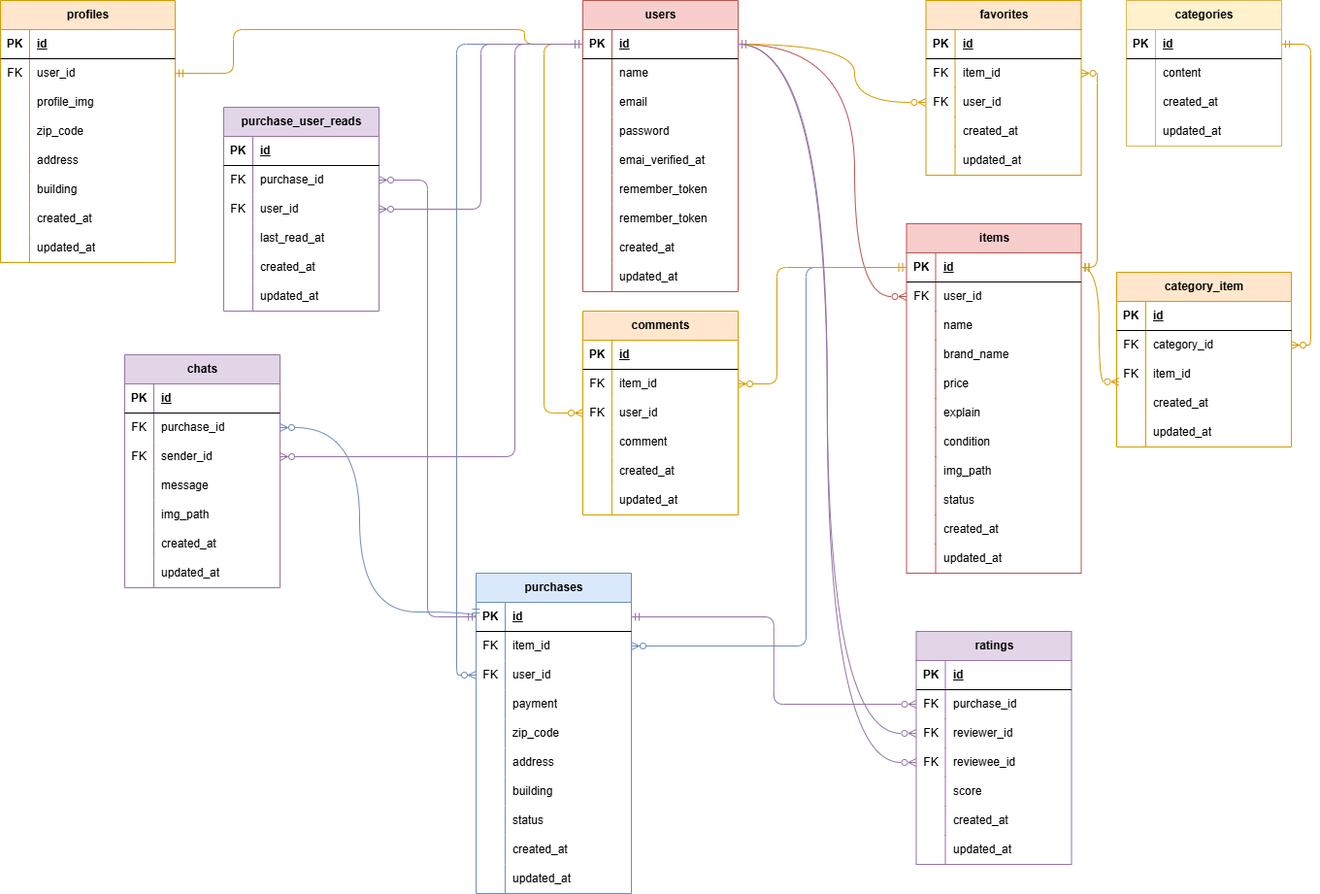
torch29/matsumoto-mogikadai1 keeps this draw.io diagram as ER.drawio.png. Above is the earlier version. Source tidied: cells renumbered, new cells last; positions are measured from the earlier drawing's top-left corner, leaving out a move shared by most shapes.
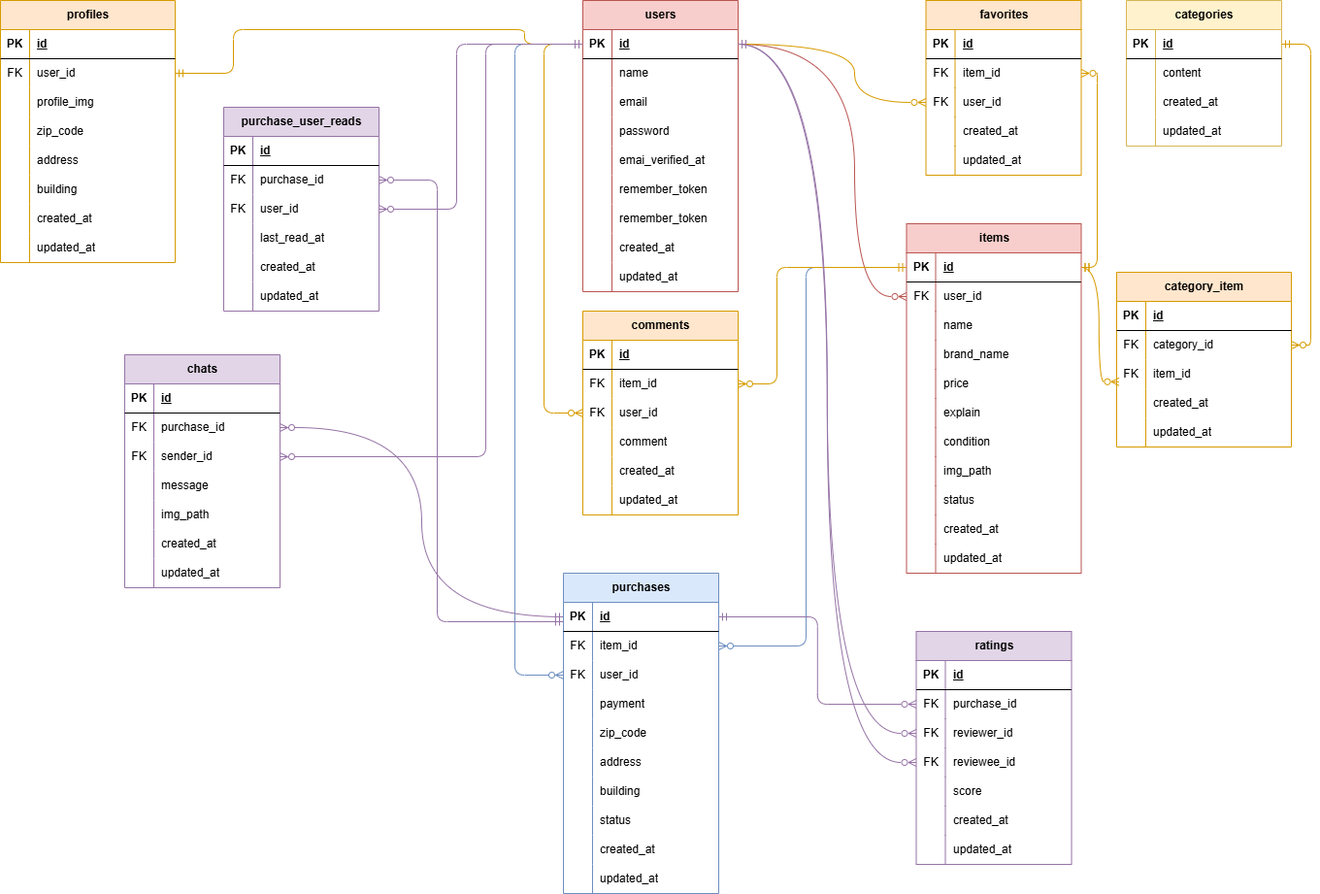
The same file after the commit.

Change to the diagram source:
```diff
@@ -264,7 +264,7 @@
       <mxGeometry x="30" width="150" height="30" as="geometry" />
     </mxCell>
     <mxCell id="89" value="purchases" style="shape=table;startSize=30;rowLines=0;fontStyle=1;align=center;html=1;fillColor=#dae8fc;strokeColor=#6c8ebf;" parent="1" vertex="1">
-      <mxGeometry x="490" y="590" width="160" height="330" as="geometry" />
+      <mxGeometry x="580" y="590" width="160" height="330" as="geometry" />
     </mxCell>
     <mxCell id="90" style="shape=tableRow;horizontal=0;startSize=0;swimlaneHead=0;swimlaneBody=0;fillColor=none;points=[[0,0.5],[1,0.5]];portConstraint=eastwest;top=0;left=0;right=0;bottom=1;" parent="89" vertex="1">
       <mxGeometry y="30" width="160" height="30" as="geometry" />
@@ -621,8 +621,8 @@
     <mxCell id="195" style="edgeStyle=orthogonalEdgeStyle;html=1;exitX=0;exitY=0.5;exitDx=0;exitDy=0;entryX=0;entryY=0.5;entryDx=0;entryDy=0;startArrow=ERmandOne;startFill=0;endArrow=ERzeroToMany;endFill=0;fillColor=#dae8fc;strokeColor=#6c8ebf;" parent="1" edge="1" source="3" target="96">
       <mxGeometry relative="1" as="geometry">
         <Array as="points">
-          <mxPoint x="470" y="45" />
-          <mxPoint x="470" y="695" />
+          <mxPoint x="530" y="45" />
+          <mxPoint x="530" y="695" />
         </Array>
       </mxGeometry>
     </mxCell>
@@ -832,28 +832,30 @@
       <mxGeometry x="30" width="130" height="30" as="geometry" />
     </mxCell>
     <mxCell id="261" style="edgeStyle=orthogonalEdgeStyle;html=1;exitX=0;exitY=0.5;exitDx=0;exitDy=0;entryX=1;entryY=0.5;entryDx=0;entryDy=0;startArrow=ERmandOne;startFill=0;endArrow=ERzeroToMany;endFill=0;fillColor=#e1d5e7;strokeColor=#9673a6;" parent="1" edge="1" source="3" target="249">
-      <mxGeometry relative="1" as="geometry" />
+      <mxGeometry relative="1" as="geometry">
+        <Array as="points">
+          <mxPoint x="470" y="45" />
+          <mxPoint x="470" y="215" />
+        </Array>
+      </mxGeometry>
     </mxCell>
-    <mxCell id="262" style="edgeStyle=orthogonalEdgeStyle;html=1;exitX=0;exitY=0.5;exitDx=0;exitDy=0;entryX=1;entryY=0.5;entryDx=0;entryDy=0;startArrow=ERmandOne;startFill=0;endArrow=ERzeroToMany;endFill=0;fillColor=#e1d5e7;strokeColor=#9673a6;" parent="1" edge="1" source="90" target="246">
-      <mxGeometry relative="1" as="geometry" />
+    <mxCell id="262" style="edgeStyle=orthogonalEdgeStyle;html=1;entryX=1;entryY=0.5;entryDx=0;entryDy=0;startArrow=ERmandOne;startFill=0;endArrow=ERzeroToMany;endFill=0;fillColor=#e1d5e7;strokeColor=#9673a6;" parent="1" edge="1" target="246">
+      <mxGeometry relative="1" as="geometry">
+        <mxPoint x="580" y="640" as="sourcePoint" />
+        <Array as="points">
+          <mxPoint x="450" y="640" />
+          <mxPoint x="450" y="185" />
+        </Array>
+      </mxGeometry>
     </mxCell>
     <mxCell id="263" style="edgeStyle=orthogonalEdgeStyle;html=1;exitX=0;exitY=0.5;exitDx=0;exitDy=0;entryX=1;entryY=0.5;entryDx=0;entryDy=0;endArrow=ERzeroToMany;endFill=0;startArrow=ERmandOne;startFill=0;fillColor=#e1d5e7;strokeColor=#9673a6;" parent="1" edge="1" source="3" target="205">
       <mxGeometry relative="1" as="geometry">
         <Array as="points">
-          <mxPoint x="530" y="45" />
-          <mxPoint x="530" y="470" />
+          <mxPoint x="500" y="45" />
+          <mxPoint x="500" y="470" />
         </Array>
       </mxGeometry>
     </mxCell>
-    <mxCell id="264" style="edgeStyle=orthogonalEdgeStyle;html=1;exitX=0;exitY=0.5;exitDx=0;exitDy=0;entryX=1;entryY=0.5;entryDx=0;entryDy=0;startArrow=ERmandOne;startFill=0;endArrow=ERzeroToMany;endFill=0;curved=1;fillColor=#dae8fc;strokeColor=#6c8ebf;" parent="1" edge="1" source="90" target="202">
-      <mxGeometry relative="1" as="geometry">
-        <Array as="points">
-          <mxPoint x="490" y="630" />
-          <mxPoint x="370" y="630" />
-          <mxPoint x="370" y="440" />
-        </Array>
-      </mxGeometry>
-    </mxCell>
     <mxCell id="265" style="edgeStyle=orthogonalEdgeStyle;html=1;exitX=1;exitY=0.5;exitDx=0;exitDy=0;entryX=0;entryY=0.5;entryDx=0;entryDy=0;startArrow=ERmandOne;startFill=0;endArrow=ERzeroToMany;endFill=0;fillColor=#e1d5e7;strokeColor=#9673a6;" parent="1" edge="1" source="90" target="224">
       <mxGeometry relative="1" as="geometry" />
     </mxCell>
@@ -863,5 +865,8 @@
     <mxCell id="267" style="edgeStyle=orthogonalEdgeStyle;html=1;exitX=1;exitY=0.5;exitDx=0;exitDy=0;entryX=0;entryY=0.5;entryDx=0;entryDy=0;curved=1;startArrow=ERmandOne;startFill=0;endArrow=ERzeroToMany;endFill=0;fillColor=#e1d5e7;strokeColor=#9673a6;strokeWidth=1;" parent="1" edge="1" source="3" target="230">
       <mxGeometry relative="1" as="geometry" />
     </mxCell>
+    <mxCell id="264" style="edgeStyle=orthogonalEdgeStyle;html=1;exitX=0;exitY=0.5;exitDx=0;exitDy=0;entryX=1;entryY=0.5;entryDx=0;entryDy=0;curved=1;startArrow=ERmandOne;startFill=0;endArrow=ERzeroToMany;endFill=0;fillColor=#e1d5e7;strokeColor=#9673a6;" parent="1" edge="1" source="90" target="202">
+      <mxGeometry relative="1" as="geometry" />
+    </mxCell>
   </root>
 </mxGraphModel>
```
